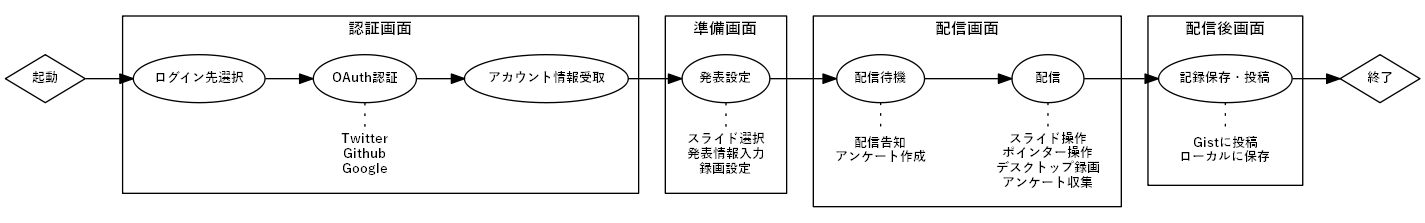
Before: Thesis/img/Figure2.gv.png, a diagram exported from Graphviz (seibe/Speech). Its source is kept beside it as Thesis/img/Figure2.gv.
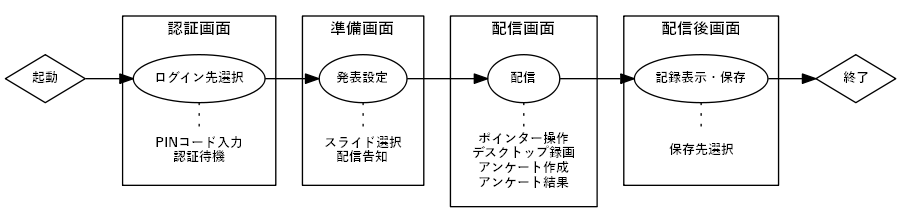
After the change.

What changed in the source:
```diff
@@ -22,12 +22,10 @@
 		fontsize = 12;
 
 		login0[label="ログイン先選択"; group=1];
-		login1[label="OAuth認証"; group=1];
-		login2[label="Twitter\nGithub\nGoogle"; shape=plaintext];
-		login3[label="アカウント情報受取"; group=1];
+		login1[label="PINコード入力\n認証待機"; shape=plaintext];
 
-		login2->login1[dir=none; style=dotted];
-		{rank=same; login1; login2}
+		login1->login0[dir=none; style=dotted];
+		{rank=same; login0; login1}
 	};
 
 	subgraph cluster1 {
@@ -35,7 +33,7 @@
 		fontsize = 12;
 
 		setup0[label="発表設定"; group=1];
-		setup1[label="スライド選択\n発表情報入力\n録画設定"; shape=plaintext];
+		setup1[label="スライド選択\n配信告知"; shape=plaintext];
 
 		setup1->setup0[dir=none; style=dotted];
 		{rank=same; setup0; setup1}
@@ -45,27 +43,23 @@
 		label = "配信画面";
 		fontsize = 12;
 
-		cast0[label="配信待機"; group=1];
-		cast1[label="配信告知\nアンケート作成"; shape=plaintext];
-		cast2[label="配信"; group=1];
-		cast3[label="スライド操作\nポインター操作\nデスクトップ録画\nアンケート収集"; shape=plaintext];
+		cast0[label="配信"; group=1];
+		cast1[label="ポインター操作\nデスクトップ録画\nアンケート作成\nアンケート結果"; shape=plaintext];
 
 		cast1->cast0[dir=none; style=dotted];
-		cast3->cast2[dir=none; style=dotted];
 		{rank=same; cast0; cast1}
-		{rank=same; cast2; cast3}
 	}
 
 	subgraph cluster3 {
 		label = "配信後画面";
 		fontsize = 12;
 
-		result0[label="記録保存・投稿"; group=1];
-		result1[label="Gistに投稿\nローカルに保存"; shape=plaintext];
+		result0[label="記録表示・保存"; group=1];
+		result1[label="保存先選択"; shape=plaintext];
 
 		result1->result0[dir=none; style=dotted];
 		{rank=same; result0; result1}
 	}
 
-	start->login0->login1->login3->setup0->cast0->cast2->result0->end[weight=999];
+	start->login0->setup0->cast0->result0->end[weight=999];
 }
```
